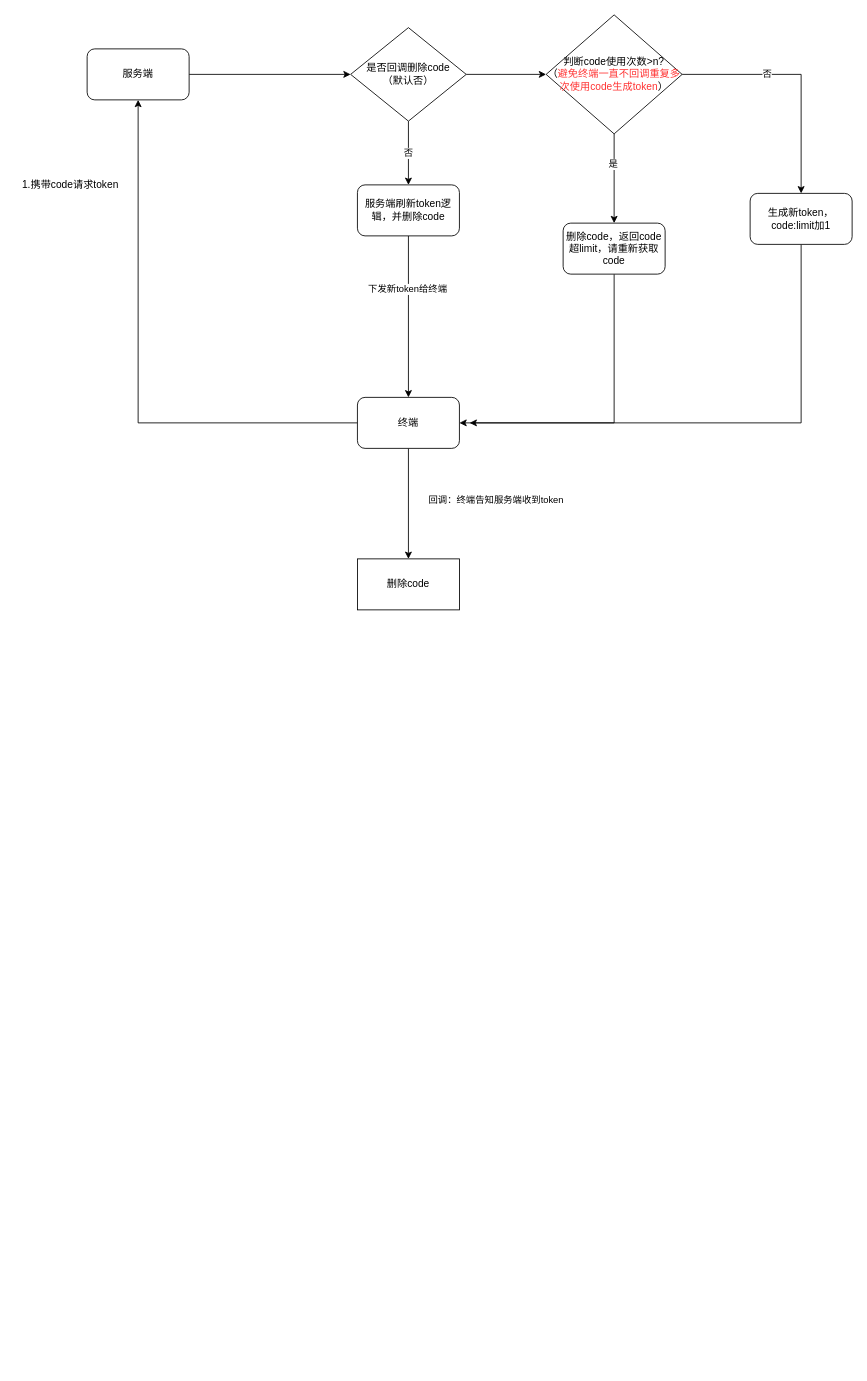
The draw.io diagram Untitled Diagram.drawio in Luyq-java/gupao-course, before the edit. Source tidied: cells renumbered, new cells numbered last; positions are measured from the earlier drawing's top-left corner, leaving out a move shared by most shapes. Both pictures are drawn from the tidied source at 85%, with x=0, y=0 at pixel (14, 14).
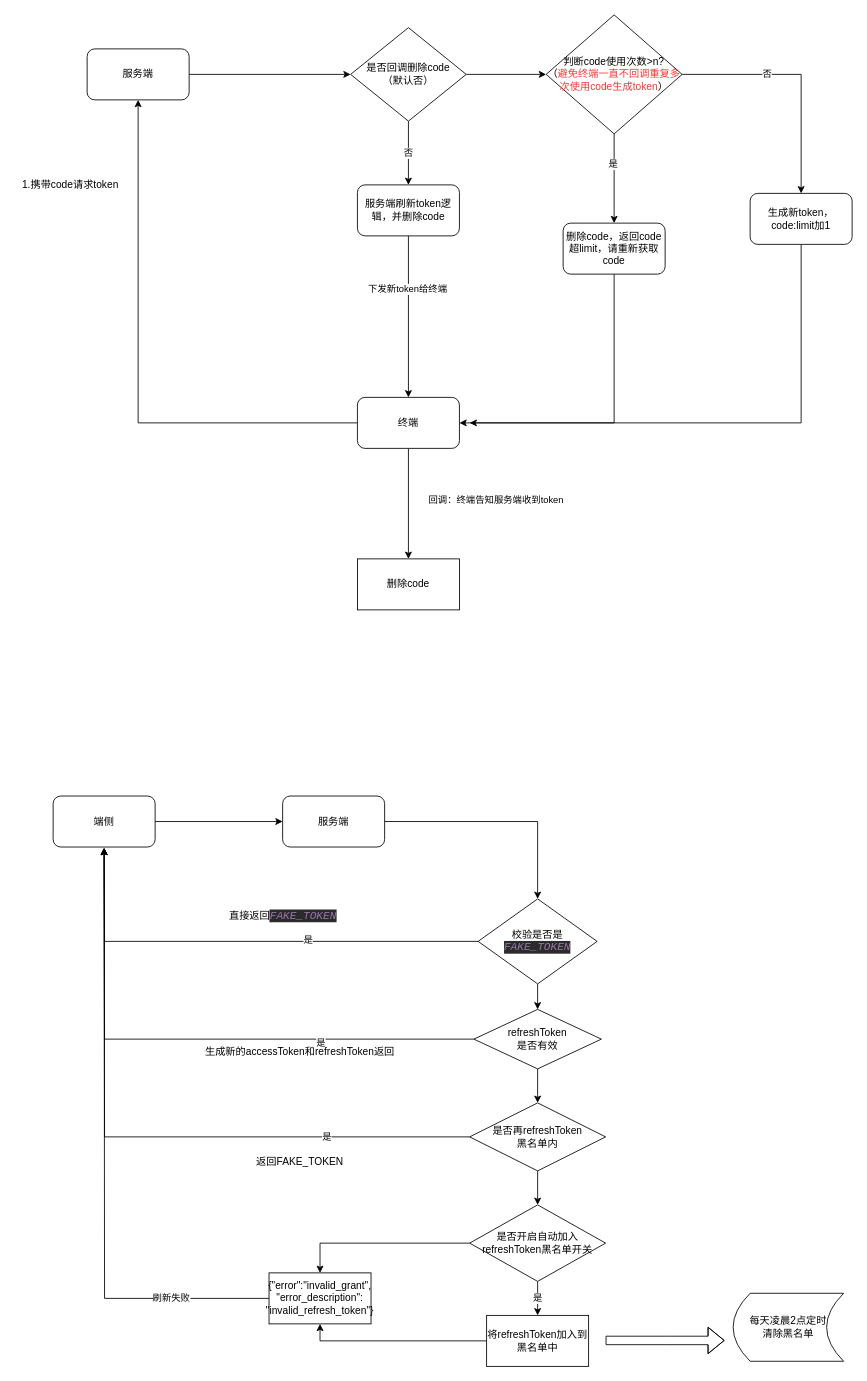
After the change.

Change to the diagram source:
```diff
@@
+    <mxCell id="25" style="edgeStyle=orthogonalEdgeStyle;rounded=0;jettySize=auto;html=1;entryX=0;entryY=0.5;entryDx=0;entryDy=0;" parent="1" edge="1" source="26" target="28">
+      <mxGeometry relative="1" as="geometry" />
+    </mxCell>
+    <mxCell id="26" value="端侧" style="rounded=1;whiteSpace=wrap;html=1;" parent="1" vertex="1">
+      <mxGeometry x="45" y="919" width="120" height="60" as="geometry" />
+    </mxCell>
+    <mxCell id="27" style="edgeStyle=orthogonalEdgeStyle;rounded=0;jettySize=auto;html=1;entryX=0.5;entryY=0;entryDx=0;entryDy=0;" parent="1" edge="1" source="28" target="32">
+      <mxGeometry relative="1" as="geometry" />
+    </mxCell>
+    <mxCell id="28" value="服务端" style="rounded=1;whiteSpace=wrap;html=1;" parent="1" vertex="1">
+      <mxGeometry x="315" y="919" width="120" height="60" as="geometry" />
+    </mxCell>
+    <mxCell id="29" style="edgeStyle=orthogonalEdgeStyle;rounded=0;jettySize=auto;html=1;" parent="1" edge="1" source="32">
+      <mxGeometry relative="1" as="geometry">
+        <mxPoint x="105" y="980" as="targetPoint" />
+      </mxGeometry>
+    </mxCell>
+    <mxCell id="30" value="是" style="edgeLabel;html=1;align=center;verticalAlign=middle;" parent="29" vertex="1">
+      <mxGeometry x="-0.27" y="-3" relative="1" as="geometry" />
+    </mxCell>
+    <mxCell id="31" style="edgeStyle=orthogonalEdgeStyle;rounded=0;jettySize=auto;html=1;exitX=0.5;exitY=1;exitDx=0;exitDy=0;entryX=0.5;entryY=0;entryDx=0;entryDy=0;" parent="1" edge="1" source="32" target="37">
+      <mxGeometry relative="1" as="geometry" />
+    </mxCell>
+    <mxCell id="32" value="校验是否是&lt;br&gt;&lt;span style=&quot;color: rgb(152 , 118 , 170) ; font-style: italic ; background-color: rgb(43 , 43 , 43) ; font-family: &amp;#34;jetbrains mono&amp;#34; , monospace ; font-size: 9.8pt&quot;&gt;FAKE_TOKEN&lt;/span&gt;" style="rhombus;whiteSpace=wrap;html=1;" parent="1" vertex="1">
+      <mxGeometry x="545" y="1040" width="140" height="100" as="geometry" />
+    </mxCell>
+    <mxCell id="33" value="直接返回&lt;span style=&quot;color: rgb(152 , 118 , 170) ; font-style: italic ; background-color: rgb(43 , 43 , 43) ; font-family: &amp;#34;jetbrains mono&amp;#34; , monospace ; font-size: 9.8pt&quot;&gt;FAKE_TOKEN&lt;/span&gt;" style="text;html=1;align=center;verticalAlign=middle;strokeColor=none;fillColor=none;" parent="1" vertex="1">
+      <mxGeometry x="250" y="1050" width="130" height="20" as="geometry" />
+    </mxCell>
+    <mxCell id="34" style="edgeStyle=orthogonalEdgeStyle;rounded=0;jettySize=auto;html=1;exitX=0;exitY=0.5;exitDx=0;exitDy=0;" parent="1" edge="1" source="37">
+      <mxGeometry relative="1" as="geometry">
+        <mxPoint x="105" y="980" as="targetPoint" />
+      </mxGeometry>
+    </mxCell>
+    <mxCell id="35" value="是" style="edgeLabel;html=1;align=center;verticalAlign=middle;" parent="34" vertex="1">
+      <mxGeometry x="-0.45" y="3" relative="1" as="geometry" />
+    </mxCell>
+    <mxCell id="36" style="edgeStyle=orthogonalEdgeStyle;rounded=0;jettySize=auto;html=1;entryX=0.5;entryY=0;entryDx=0;entryDy=0;" parent="1" edge="1" source="37" target="45">
+      <mxGeometry relative="1" as="geometry" />
+    </mxCell>
+    <mxCell id="37" value="refreshToken&lt;br&gt;是否有效" style="rhombus;whiteSpace=wrap;html=1;" parent="1" vertex="1">
+      <mxGeometry x="540" y="1170" width="150" height="70" as="geometry" />
+    </mxCell>
+    <mxCell id="38" value="生成新的accessToken和refreshToken返回" style="text;html=1;align=center;verticalAlign=middle;strokeColor=none;fillColor=none;" parent="1" vertex="1">
+      <mxGeometry x="215" y="1210" width="240" height="20" as="geometry" />
+    </mxCell>
+    <mxCell id="39" value="是" style="edgeStyle=orthogonalEdgeStyle;rounded=0;jettySize=auto;html=1;entryX=0.5;entryY=0;entryDx=0;entryDy=0;" parent="1" edge="1" source="41" target="52">
+      <mxGeometry relative="1" as="geometry" />
+    </mxCell>
+    <mxCell id="40" style="edgeStyle=orthogonalEdgeStyle;rounded=0;jettySize=auto;html=1;entryX=0.5;entryY=0;entryDx=0;entryDy=0;" parent="1" edge="1" source="41" target="49">
+      <mxGeometry relative="1" as="geometry" />
+    </mxCell>
+    <mxCell id="41" value="是否开启自动加入&lt;br&gt;refreshToken黑名单开关" style="rhombus;whiteSpace=wrap;html=1;" parent="1" vertex="1">
+      <mxGeometry x="535" y="1400" width="160" height="90" as="geometry" />
+    </mxCell>
+    <mxCell id="42" style="edgeStyle=orthogonalEdgeStyle;rounded=0;jettySize=auto;html=1;" parent="1" edge="1" source="45">
+      <mxGeometry relative="1" as="geometry">
+        <mxPoint x="105" y="980" as="targetPoint" />
+      </mxGeometry>
+    </mxCell>
+    <mxCell id="43" value="是" style="edgeLabel;html=1;align=center;verticalAlign=middle;" parent="42" vertex="1">
+      <mxGeometry x="-0.56" y="-1" relative="1" as="geometry" />
+    </mxCell>
+    <mxCell id="44" style="edgeStyle=orthogonalEdgeStyle;rounded=0;jettySize=auto;html=1;entryX=0.5;entryY=0;entryDx=0;entryDy=0;" parent="1" edge="1" source="45" target="41">
+      <mxGeometry relative="1" as="geometry" />
+    </mxCell>
+    <mxCell id="45" value="是否再refreshToken&lt;br&gt;黑名单内" style="rhombus;whiteSpace=wrap;html=1;" parent="1" vertex="1">
+      <mxGeometry x="535" y="1280" width="160" height="80" as="geometry" />
+    </mxCell>
+    <mxCell id="46" value="返回FAKE_TOKEN" style="text;html=1;align=center;verticalAlign=middle;strokeColor=none;fillColor=none;" parent="1" vertex="1">
+      <mxGeometry x="275" y="1340" width="120" height="20" as="geometry" />
+    </mxCell>
+    <mxCell id="47" style="edgeStyle=orthogonalEdgeStyle;rounded=0;jettySize=auto;html=1;" parent="1" edge="1" source="49">
+      <mxGeometry relative="1" as="geometry">
+        <mxPoint x="105" y="980" as="targetPoint" />
+      </mxGeometry>
+    </mxCell>
+    <mxCell id="48" value="刷新失败" style="edgeLabel;html=1;align=center;verticalAlign=middle;" parent="47" vertex="1">
+      <mxGeometry x="-0.68" y="-1" relative="1" as="geometry" />
+    </mxCell>
+    <mxCell id="49" value="&lt;div&gt;{&quot;error&quot;:&quot;invalid_grant&quot;,&lt;/div&gt;&lt;div&gt;&quot;error_description&quot;:&lt;/div&gt;&lt;div&gt;&quot;invalid_refresh_token&quot;}&lt;/div&gt;" style="rounded=0;whiteSpace=wrap;html=1;" parent="1" vertex="1">
+      <mxGeometry x="299" y="1480" width="120" height="60" as="geometry" />
+    </mxCell>
+    <mxCell id="50" style="edgeStyle=orthogonalEdgeStyle;shape=flexArrow;rounded=0;orthogonalLoop=1;jettySize=auto;html=1;" parent="1" edge="1">
+      <mxGeometry relative="1" as="geometry">
+        <mxPoint x="695" y="1559.5" as="sourcePoint" />
+        <mxPoint x="835" y="1559.5" as="targetPoint" />
+        <Array as="points">
+          <mxPoint x="765" y="1559.5" />
+          <mxPoint x="765" y="1559.5" />
+        </Array>
+      </mxGeometry>
+    </mxCell>
+    <mxCell id="51" style="edgeStyle=orthogonalEdgeStyle;rounded=0;jettySize=auto;html=1;entryX=0.5;entryY=1;entryDx=0;entryDy=0;" parent="1" edge="1" source="52" target="49">
+      <mxGeometry relative="1" as="geometry" />
+    </mxCell>
+    <mxCell id="52" value="将refreshToken加入到黑名单中" style="rounded=0;whiteSpace=wrap;html=1;" parent="1" vertex="1">
+      <mxGeometry x="555" y="1530" width="120" height="60" as="geometry" />
+    </mxCell>
+    <mxCell id="53" value="&lt;span&gt;每天凌晨2点定时&lt;br&gt;清除黑名单&lt;/span&gt;" style="shape=dataStorage;whiteSpace=wrap;html=1;fixedSize=1;" parent="1" vertex="1">
+      <mxGeometry x="845" y="1504" width="130" height="80" as="geometry" />
+    </mxCell>
```
